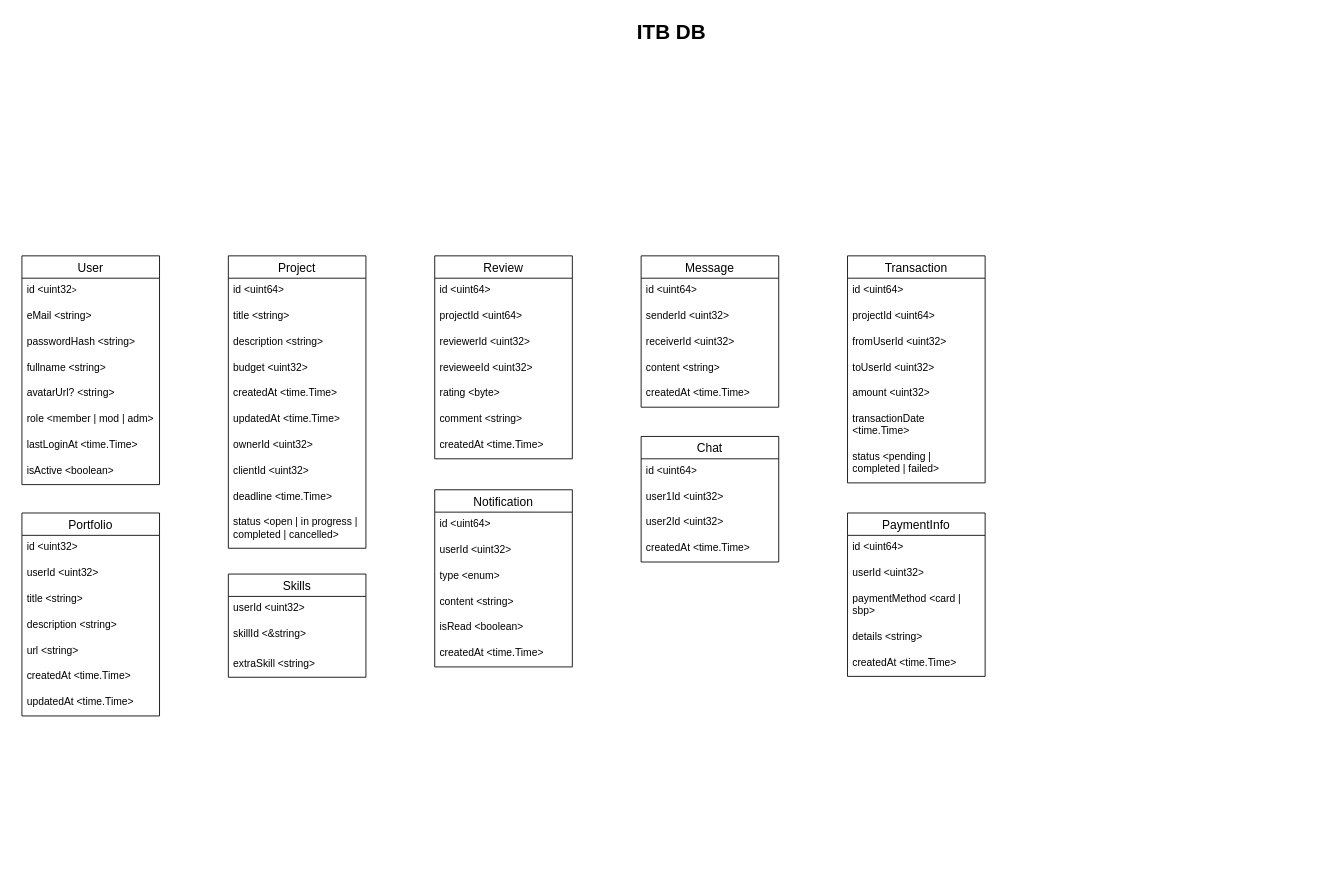
Abyss-fallers/ITB-back-end keeps this draw.io diagram as Untitled Diagram.drawio. Above is the earlier version. Source tidied: cells renumbered, new cells numbered last; positions are measured from the earlier drawing's top-left corner, leaving out a move shared by most shapes. Both pictures are drawn from the tidied source at 86%, with x=0, y=0 at pixel (22, 15).
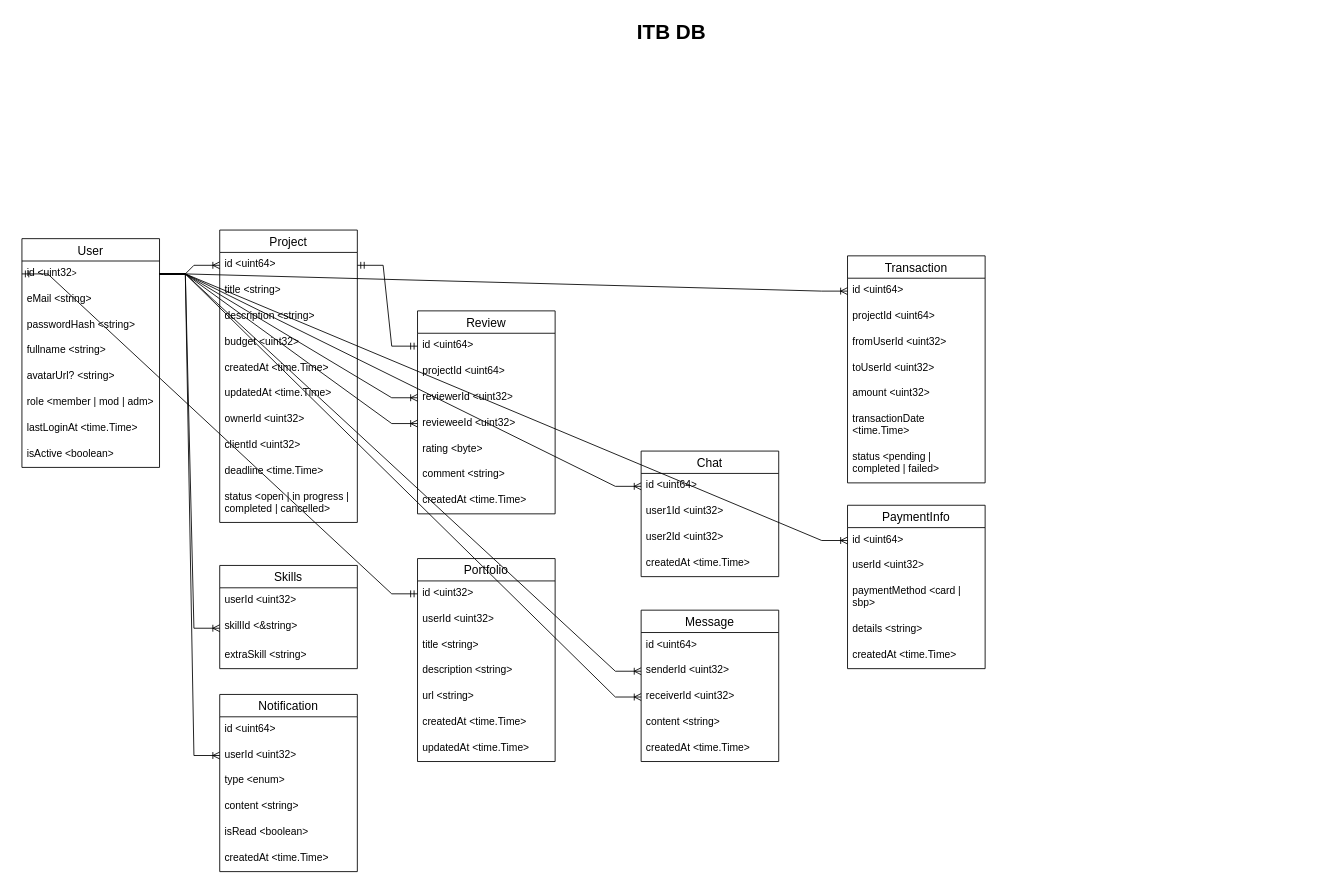
Above is the later version.

The change refers to these unchanged cells:
```xml
<mxCell id="4" value="id &amp;lt;uint32&lt;span style=&quot;font-size: 10px;&quot;&gt;&amp;gt;&lt;/span&gt;" style="text;strokeColor=none;fillColor=none;spacingLeft=4;spacingRight=4;overflow=hidden;points=[[0,0.5],[1,0.5]];portConstraint=eastwest;fontSize=12;whiteSpace=wrap;html=1;" parent="3" vertex="1">
  <mxGeometry y="26" width="160" height="30" as="geometry" />
</mxCell>
<mxCell id="13" value="id &amp;lt;uint64&amp;gt;" style="text;strokeColor=none;fillColor=none;spacingLeft=4;spacingRight=4;overflow=hidden;points=[[0,0.5],[1,0.5]];portConstraint=eastwest;fontSize=12;whiteSpace=wrap;html=1;" parent="12" vertex="1">
  <mxGeometry y="26" width="160" height="30" as="geometry" />
</mxCell>
<mxCell id="24" value="id &amp;lt;uint64&amp;gt;" style="text;strokeColor=none;fillColor=none;spacingLeft=4;spacingRight=4;overflow=hidden;points=[[0,0.5],[1,0.5]];portConstraint=eastwest;fontSize=12;whiteSpace=wrap;html=1;" parent="23" vertex="1">
  <mxGeometry y="26" width="160" height="30" as="geometry" />
</mxCell>
<mxCell id="26" value="reviewerId &amp;lt;uint32&amp;gt;" style="text;strokeColor=none;fillColor=none;spacingLeft=4;spacingRight=4;overflow=hidden;points=[[0,0.5],[1,0.5]];portConstraint=eastwest;fontSize=12;whiteSpace=wrap;html=1;" parent="23" vertex="1">
  <mxGeometry y="86" width="160" height="30" as="geometry" />
</mxCell>
<mxCell id="27" value="revieweeId &amp;lt;uint32&amp;gt;" style="text;strokeColor=none;fillColor=none;spacingLeft=4;spacingRight=4;overflow=hidden;points=[[0,0.5],[1,0.5]];portConstraint=eastwest;fontSize=12;whiteSpace=wrap;html=1;" parent="23" vertex="1">
  <mxGeometry y="116" width="160" height="30" as="geometry" />
</mxCell>
<mxCell id="33" value="senderId &amp;lt;uint32&amp;gt;" style="text;strokeColor=none;fillColor=none;spacingLeft=4;spacingRight=4;overflow=hidden;points=[[0,0.5],[1,0.5]];portConstraint=eastwest;fontSize=12;whiteSpace=wrap;html=1;" parent="31" vertex="1">
  <mxGeometry y="56" width="160" height="30" as="geometry" />
</mxCell>
<mxCell id="34" value="receiverId &amp;lt;uint32&amp;gt;" style="text;strokeColor=none;fillColor=none;spacingLeft=4;spacingRight=4;overflow=hidden;points=[[0,0.5],[1,0.5]];portConstraint=eastwest;fontSize=12;whiteSpace=wrap;html=1;" parent="31" vertex="1">
  <mxGeometry y="86" width="160" height="30" as="geometry" />
</mxCell>
<mxCell id="38" value="id &amp;lt;uint64&amp;gt;" style="text;strokeColor=none;fillColor=none;spacingLeft=4;spacingRight=4;overflow=hidden;points=[[0,0.5],[1,0.5]];portConstraint=eastwest;fontSize=12;whiteSpace=wrap;html=1;" parent="37" vertex="1">
  <mxGeometry y="26" width="160" height="30" as="geometry" />
</mxCell>
<mxCell id="47" value="skillId &amp;lt;&amp;amp;string&amp;gt;" style="text;strokeColor=none;fillColor=none;spacingLeft=4;spacingRight=4;overflow=hidden;points=[[0,0.5],[1,0.5]];portConstraint=eastwest;fontSize=12;whiteSpace=wrap;html=1;" parent="45" vertex="1">
  <mxGeometry y="56" width="160" height="34" as="geometry" />
</mxCell>
<mxCell id="50" value="id &amp;lt;uint32&amp;gt;" style="text;strokeColor=none;fillColor=none;spacingLeft=4;spacingRight=4;overflow=hidden;points=[[0,0.5],[1,0.5]];portConstraint=eastwest;fontSize=12;whiteSpace=wrap;html=1;" parent="49" vertex="1">
  <mxGeometry y="26" width="160" height="30" as="geometry" />
</mxCell>
<mxCell id="59" value="userId &amp;lt;uint32&amp;gt;" style="text;strokeColor=none;fillColor=none;spacingLeft=4;spacingRight=4;overflow=hidden;points=[[0,0.5],[1,0.5]];portConstraint=eastwest;fontSize=12;whiteSpace=wrap;html=1;" parent="57" vertex="1">
  <mxGeometry y="56" width="160" height="30" as="geometry" />
</mxCell>
<mxCell id="65" value="id &amp;lt;uint64&amp;gt;" style="text;strokeColor=none;fillColor=none;spacingLeft=4;spacingRight=4;overflow=hidden;points=[[0,0.5],[1,0.5]];portConstraint=eastwest;fontSize=12;whiteSpace=wrap;html=1;" parent="64" vertex="1">
  <mxGeometry y="26" width="160" height="30" as="geometry" />
</mxCell>
<mxCell id="70" value="id &amp;lt;uint64&amp;gt;" style="text;strokeColor=none;fillColor=none;spacingLeft=4;spacingRight=4;overflow=hidden;points=[[0,0.5],[1,0.5]];portConstraint=eastwest;fontSize=12;whiteSpace=wrap;html=1;" parent="69" vertex="1">
  <mxGeometry y="26" width="160" height="30" as="geometry" />
</mxCell>
```

The edit, as a diff of the source:
```diff
@@
     <mxCell id="3" value="User" style="swimlane;fontStyle=0;horizontal=1;startSize=26;align=center;fontSize=14;" parent="1" vertex="1">
-      <mxGeometry y="280" width="160" height="266" as="geometry" />
+      <mxGeometry y="260" width="160" height="266" as="geometry" />
     </mxCell>
@@
     <mxCell id="12" value="Project" style="swimlane;fontStyle=0;horizontal=1;startSize=26;align=center;fontSize=14;" parent="1" vertex="1">
-      <mxGeometry x="240" y="280" width="160" height="340" as="geometry" />
+      <mxGeometry x="230" y="250" width="160" height="340" as="geometry" />
     </mxCell>
@@
     <mxCell id="23" value="Review" style="swimlane;fontStyle=0;horizontal=1;startSize=26;align=center;fontSize=14;" parent="1" vertex="1">
-      <mxGeometry x="480" y="280" width="160" height="236" as="geometry" />
+      <mxGeometry x="460" y="344" width="160" height="236" as="geometry" />
     </mxCell>
@@
     <mxCell id="31" value="Message" style="swimlane;fontStyle=0;horizontal=1;startSize=26;align=center;fontSize=14;" parent="1" vertex="1">
-      <mxGeometry x="720" y="280" width="160" height="176" as="geometry" />
+      <mxGeometry x="720" y="692" width="160" height="176" as="geometry" />
     </mxCell>
@@
     <mxCell id="45" value="Skills" style="swimlane;fontStyle=0;horizontal=1;startSize=26;align=center;fontSize=14;" parent="1" vertex="1">
-      <mxGeometry x="240" y="650" width="160" height="120" as="geometry" />
+      <mxGeometry x="230" y="640" width="160" height="120" as="geometry" />
     </mxCell>
@@
     <mxCell id="49" value="Portfolio" style="swimlane;fontStyle=0;horizontal=1;startSize=26;align=center;fontSize=14;" parent="1" vertex="1">
-      <mxGeometry y="579" width="160" height="236" as="geometry" />
+      <mxGeometry x="460" y="632" width="160" height="236" as="geometry" />
     </mxCell>
@@
     <mxCell id="57" value="Notification" style="swimlane;fontStyle=0;horizontal=1;startSize=26;align=center;fontSize=14;" parent="1" vertex="1">
-      <mxGeometry x="480" y="552" width="160" height="206" as="geometry" />
+      <mxGeometry x="230" y="790" width="160" height="206" as="geometry" />
     </mxCell>
@@
     <mxCell id="64" value="Chat" style="swimlane;fontStyle=0;horizontal=1;startSize=26;align=center;fontSize=14;" parent="1" vertex="1">
-      <mxGeometry x="720" y="490" width="160" height="146" as="geometry" />
+      <mxGeometry x="720" y="507" width="160" height="146" as="geometry" />
     </mxCell>
@@
     <mxCell id="69" value="PaymentInfo" style="swimlane;fontStyle=0;horizontal=1;startSize=26;align=center;fontSize=14;" parent="1" vertex="1">
-      <mxGeometry x="960" y="579" width="160" height="190" as="geometry" />
+      <mxGeometry x="960" y="570" width="160" height="190" as="geometry" />
     </mxCell>
@@
+    <mxCell id="75" style="edgeStyle=entityRelationEdgeStyle;fontSize=12;html=1;endArrow=ERoneToMany;rounded=0;" parent="1" edge="1" source="4" target="13">
+      <mxGeometry relative="1" as="geometry" />
+    </mxCell>
+    <mxCell id="76" style="edgeStyle=entityRelationEdgeStyle;fontSize=12;html=1;endArrow=ERoneToMany;rounded=0;entryX=0;entryY=0.5;entryDx=0;entryDy=0;" parent="1" edge="1" source="4" target="26">
+      <mxGeometry relative="1" as="geometry" />
+    </mxCell>
+    <mxCell id="77" style="edgeStyle=entityRelationEdgeStyle;fontSize=12;html=1;endArrow=ERoneToMany;rounded=0;" parent="1" edge="1" source="4" target="27">
+      <mxGeometry relative="1" as="geometry" />
+    </mxCell>
+    <mxCell id="78" style="edgeStyle=entityRelationEdgeStyle;fontSize=12;html=1;endArrow=ERmandOne;startArrow=ERmandOne;rounded=0;" parent="1" edge="1" source="13" target="24">
+      <mxGeometry relative="1" as="geometry" />
+    </mxCell>
+    <mxCell id="79" style="edgeStyle=entityRelationEdgeStyle;fontSize=12;html=1;endArrow=ERoneToMany;rounded=0;" parent="1" edge="1" source="4" target="33">
+      <mxGeometry relative="1" as="geometry" />
+    </mxCell>
+    <mxCell id="80" style="edgeStyle=entityRelationEdgeStyle;fontSize=12;html=1;endArrow=ERoneToMany;rounded=0;" parent="1" edge="1" source="4" target="34">
+      <mxGeometry relative="1" as="geometry" />
+    </mxCell>
+    <mxCell id="81" style="edgeStyle=entityRelationEdgeStyle;fontSize=12;html=1;endArrow=ERoneToMany;rounded=0;" parent="1" edge="1" source="4" target="47">
+      <mxGeometry relative="1" as="geometry" />
+    </mxCell>
+    <mxCell id="82" style="edgeStyle=entityRelationEdgeStyle;fontSize=12;html=1;endArrow=ERoneToMany;rounded=0;" parent="1" edge="1" source="4" target="59">
+      <mxGeometry relative="1" as="geometry" />
+    </mxCell>
+    <mxCell id="83" style="edgeStyle=entityRelationEdgeStyle;fontSize=12;html=1;endArrow=ERmandOne;startArrow=ERmandOne;rounded=0;exitX=0;exitY=0.5;exitDx=0;exitDy=0;" parent="1" edge="1" source="4" target="50">
+      <mxGeometry relative="1" as="geometry">
+        <Array as="points">
+          <mxPoint x="-120" y="486" />
+        </Array>
+      </mxGeometry>
+    </mxCell>
+    <mxCell id="84" style="edgeStyle=entityRelationEdgeStyle;fontSize=12;html=1;endArrow=ERoneToMany;rounded=0;" parent="1" edge="1" source="4" target="65">
+      <mxGeometry relative="1" as="geometry" />
+    </mxCell>
+    <mxCell id="85" style="edgeStyle=entityRelationEdgeStyle;fontSize=12;html=1;endArrow=ERoneToMany;rounded=0;" parent="1" edge="1" source="4" target="70">
+      <mxGeometry relative="1" as="geometry" />
+    </mxCell>
+    <mxCell id="86" style="edgeStyle=entityRelationEdgeStyle;fontSize=12;html=1;endArrow=ERoneToMany;rounded=0;" parent="1" edge="1" source="4" target="38">
+      <mxGeometry relative="1" as="geometry" />
+    </mxCell>
```
